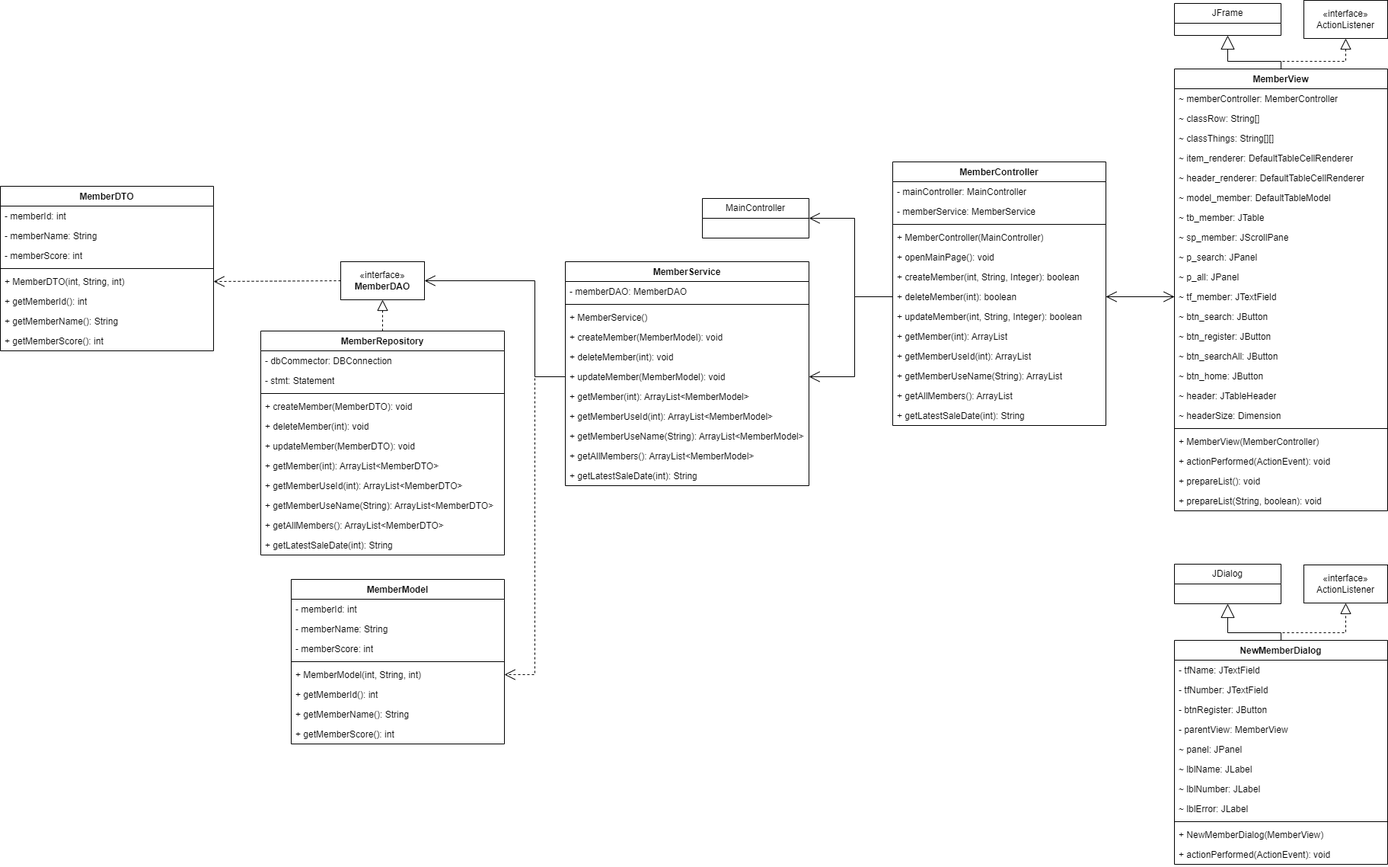
Above: Member.drawio.png in P-POS/PPOS (draw.io), before the change. Source tidied: cells renumbered, new cells last; positions are measured from the earlier drawing's top-left corner, leaving out a move shared by most shapes.
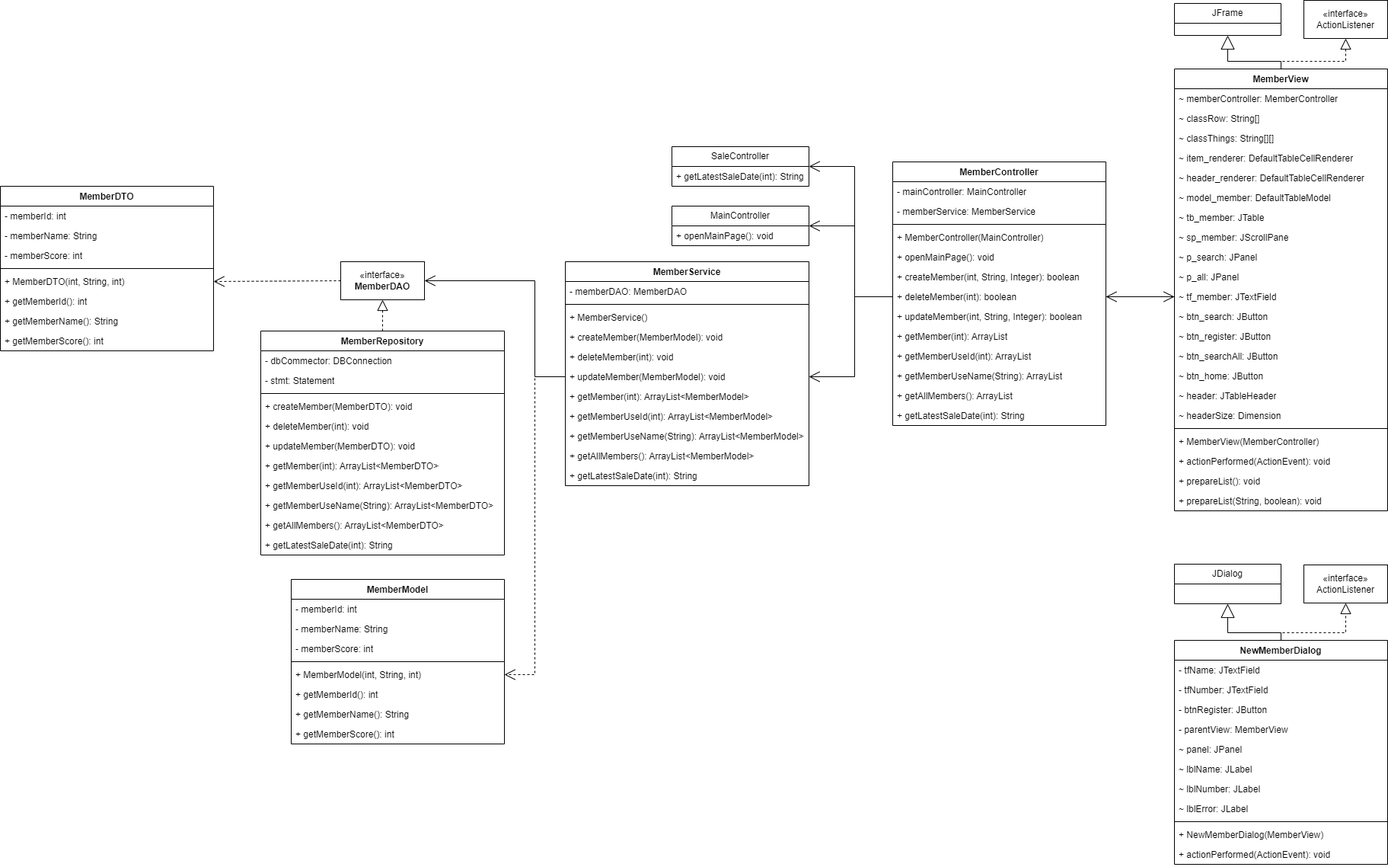
The same diagram one commit later.

The edit, as a diff of the source:
```diff
@@ -229,14 +229,11 @@
         </Array>
       </mxGeometry>
     </mxCell>
-    <mxCell id="71" value="MainController" style="swimlane;fontStyle=0;horizontal=1;startSize=26;fillColor=none;whiteSpace=wrap;html=1;" parent="1" vertex="1">
-      <mxGeometry x="922" y="260" width="140" height="52" as="geometry" />
-    </mxCell>
     <mxCell id="72" style="endArrow=open;endFill=1;endSize=12;html=1;rounded=0;exitX=0;exitY=0.5;exitDx=0;exitDy=0;entryX=1;entryY=0.5;entryDx=0;entryDy=0;" parent="1" edge="1" source="9" target="71">
       <mxGeometry relative="1" as="geometry">
         <Array as="points">
           <mxPoint x="1122" y="389" />
-          <mxPoint x="1122" y="286" />
+          <mxPoint x="1122" y="296" />
         </Array>
       </mxGeometry>
     </mxCell>
@@ -371,5 +368,25 @@
         <mxPoint x="1542" y="389" as="sourcePoint" />
       </mxGeometry>
     </mxCell>
+    <mxCell id="111" style="endArrow=open;endFill=1;endSize=12;html=1;rounded=0;fontSize=12;curved=0;exitX=0;exitY=0.5;exitDx=0;exitDy=0;entryX=1;entryY=0.5;entryDx=0;entryDy=0;" parent="1" edge="1" source="9" target="112">
+      <mxGeometry relative="1" as="geometry">
+        <Array as="points">
+          <mxPoint x="1122" y="389" />
+          <mxPoint x="1122" y="218" />
+        </Array>
+      </mxGeometry>
+    </mxCell>
+    <mxCell id="112" value="SaleController" style="swimlane;fontStyle=0;horizontal=1;startSize=26;fillColor=none;whiteSpace=wrap;html=1;" parent="1" vertex="1">
+      <mxGeometry x="882" y="192" width="180" height="52" as="geometry" />
+    </mxCell>
+    <mxCell id="113" value="+ getLatestSaleDate(int): String" style="text;strokeColor=none;fillColor=none;align=left;verticalAlign=top;spacingLeft=4;spacingRight=4;overflow=hidden;whiteSpace=wrap;html=1;" parent="112" vertex="1">
+      <mxGeometry y="26" width="180" height="26" as="geometry" />
+    </mxCell>
+    <mxCell id="71" value="MainController" style="swimlane;fontStyle=0;horizontal=1;startSize=26;fillColor=none;whiteSpace=wrap;html=1;" parent="1" vertex="1">
+      <mxGeometry x="882" y="270" width="180" height="52" as="geometry" />
+    </mxCell>
+    <mxCell id="114" value="+ openMainPage(): void" style="text;strokeColor=none;fillColor=none;align=left;verticalAlign=top;spacingLeft=4;spacingRight=4;overflow=hidden;whiteSpace=wrap;html=1;" parent="71" vertex="1">
+      <mxGeometry y="26" width="180" height="26" as="geometry" />
+    </mxCell>
   </root>
 </mxGraphModel>
```
